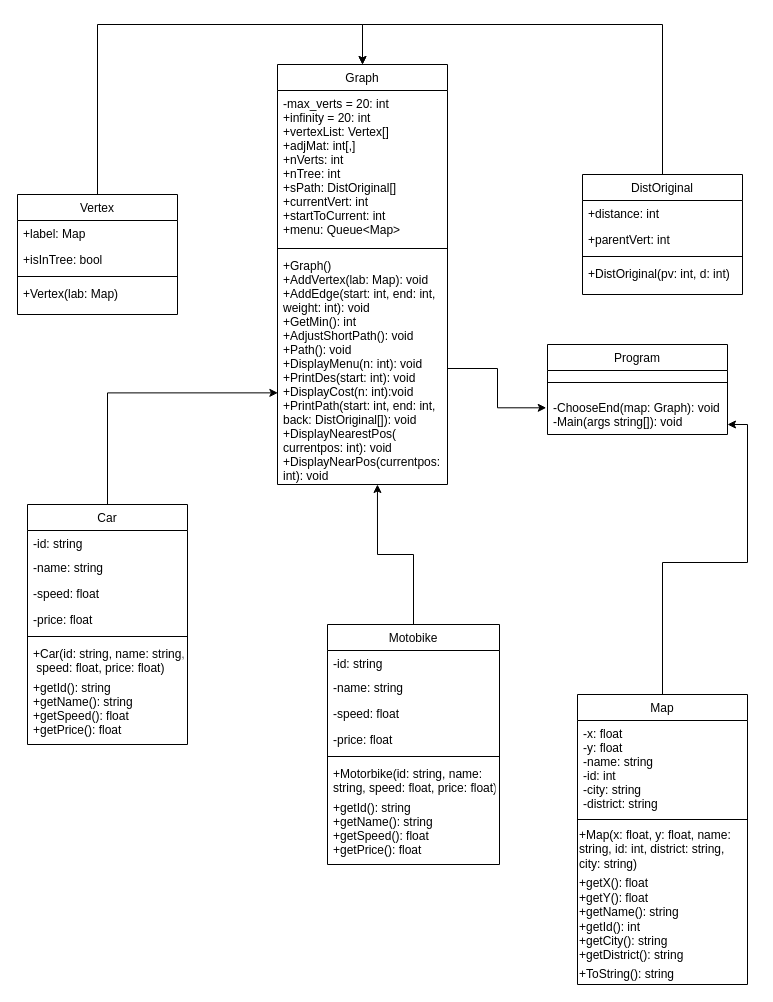
This is ab.drawio from bao201102/Doan_CTDL, a draw.io file, before an edit. Source tidied: cells renumbered, new cells numbered last; positions are measured from the earlier drawing's top-left corner, leaving out a move shared by most shapes. Both pictures are drawn from the tidied source at 100%, with x=0, y=0 at pixel (17, 24).
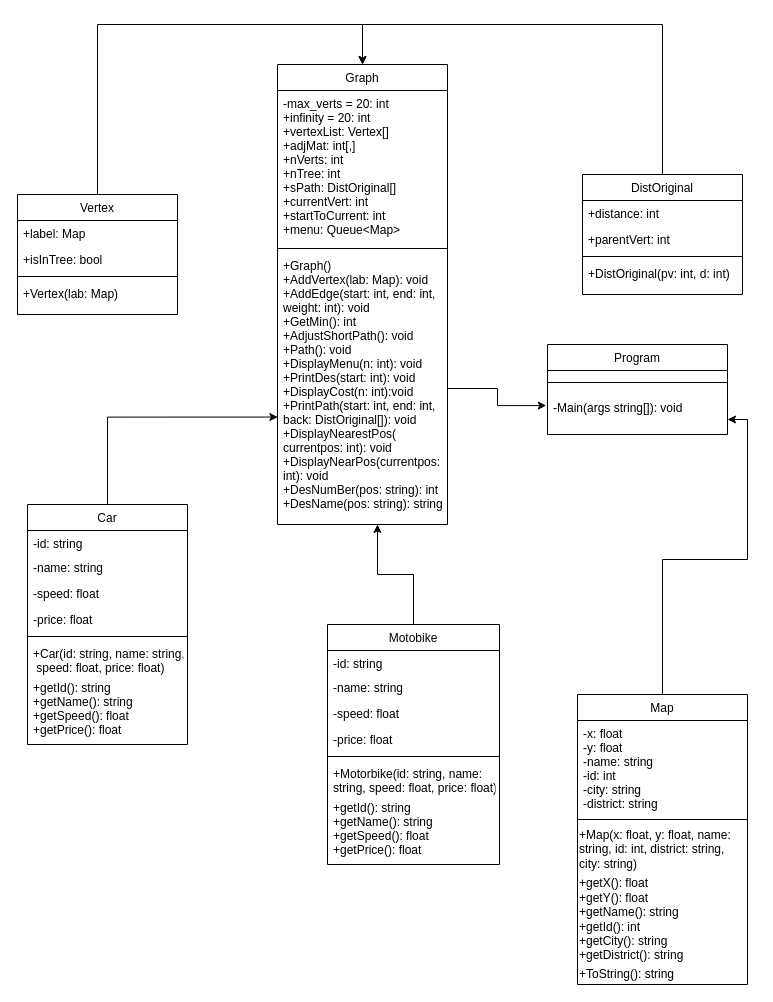
After the change.

Unchanged cells that the change refers to:
```xml
<mxCell id="43" value="Program" style="swimlane;fontStyle=0;align=center;verticalAlign=top;horizontal=1;startSize=26;rounded=0;shadow=0;strokeWidth=1;" parent="1" vertex="1">
  <mxGeometry x="530" y="320" width="180" height="90" as="geometry" />
</mxCell>
```

The edit, as a diff of the source:
```diff
@@
     <mxCell id="30" value="Graph" style="swimlane;fontStyle=0;align=center;verticalAlign=top;horizontal=1;startSize=26;rounded=0;shadow=0;strokeWidth=1;" parent="1" vertex="1">
-      <mxGeometry x="260" y="40" width="170" height="420" as="geometry" />
+      <mxGeometry x="260" y="40" width="170" height="460" as="geometry" />
     </mxCell>
@@
-    <mxCell id="33" value="+Graph()&#10;+AddVertex(lab: Map): void&#10;+AddEdge(start: int, end: int,&#10;weight: int): void&#10;+GetMin(): int&#10;+AdjustShortPath(): void&#10;+Path(): void&#10;+DisplayMenu(n: int): void&#10;+PrintDes(start: int): void&#10;+DisplayCost(n: int):void&#10;+PrintPath(start: int, end: int,&#10;back: DistOriginal[]): void&#10;+DisplayNearestPos(&#10;currentpos: int): void&#10;+DisplayNearPos(currentpos:&#10;int): void" style="text;align=left;verticalAlign=top;spacingLeft=4;spacingRight=4;overflow=hidden;points=[[0,0.5],[1,0.5]];portConstraint=eastwest;fontStyle=0;" parent="30" vertex="1">
-      <mxGeometry y="188" width="170" height="232" as="geometry" />
+    <mxCell id="33" value="+Graph()&#10;+AddVertex(lab: Map): void&#10;+AddEdge(start: int, end: int,&#10;weight: int): void&#10;+GetMin(): int&#10;+AdjustShortPath(): void&#10;+Path(): void&#10;+DisplayMenu(n: int): void&#10;+PrintDes(start: int): void&#10;+DisplayCost(n: int):void&#10;+PrintPath(start: int, end: int,&#10;back: DistOriginal[]): void&#10;+DisplayNearestPos(&#10;currentpos: int): void&#10;+DisplayNearPos(currentpos:&#10;int): void&#10;+DesNumBer(pos: string): int&#10;+DesName(pos: string): string" style="text;align=left;verticalAlign=top;spacingLeft=4;spacingRight=4;overflow=hidden;points=[[0,0.5],[1,0.5]];portConstraint=eastwest;fontStyle=0;" parent="30" vertex="1">
+      <mxGeometry y="188" width="170" height="272" as="geometry" />
     </mxCell>
@@
-    <mxCell id="45" value="-ChooseEnd(map: Graph): void&#10;-Main(args string[]): void" style="text;align=left;verticalAlign=top;spacingLeft=4;spacingRight=4;overflow=hidden;points=[[0,0.5],[1,0.5]];portConstraint=eastwest;" parent="43" vertex="1">
-      <mxGeometry y="50" width="180" height="36" as="geometry" />
+    <mxCell id="45" value="-Main(args string[]): void" style="text;align=left;verticalAlign=top;spacingLeft=4;spacingRight=4;overflow=hidden;points=[[0,0.5],[1,0.5]];portConstraint=eastwest;" parent="43" vertex="1">
+      <mxGeometry y="50" width="180" height="30" as="geometry" />
     </mxCell>
```
